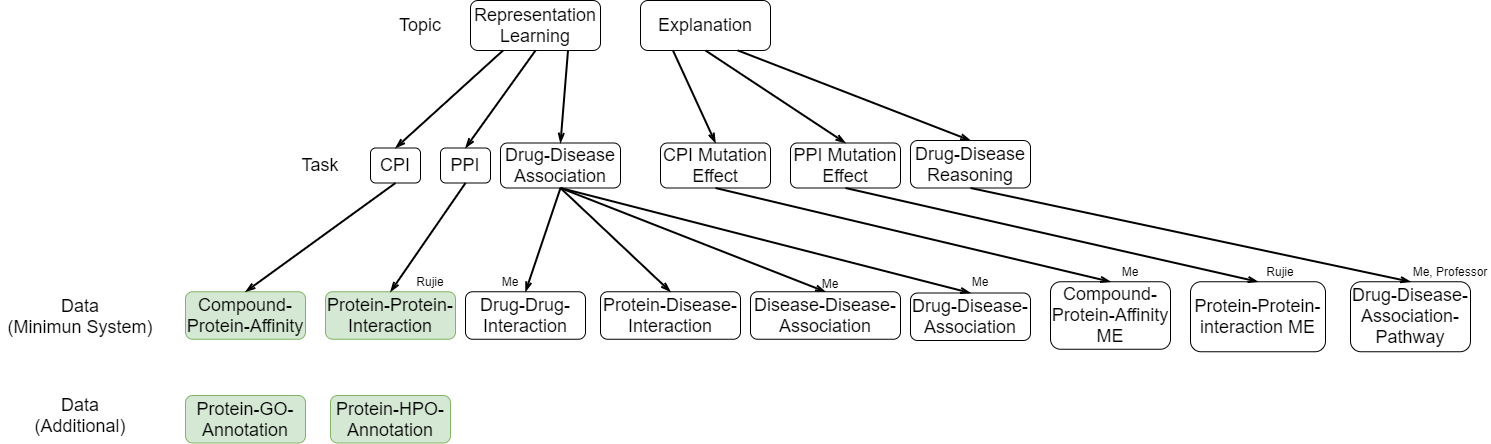
Before: blueprint.png, a diagram exported from draw.io (wuweitan/data-infrastructure). Source tidied: cells renumbered, new cells last; positions are measured from the earlier drawing's top-left corner, leaving out a move shared by most shapes.
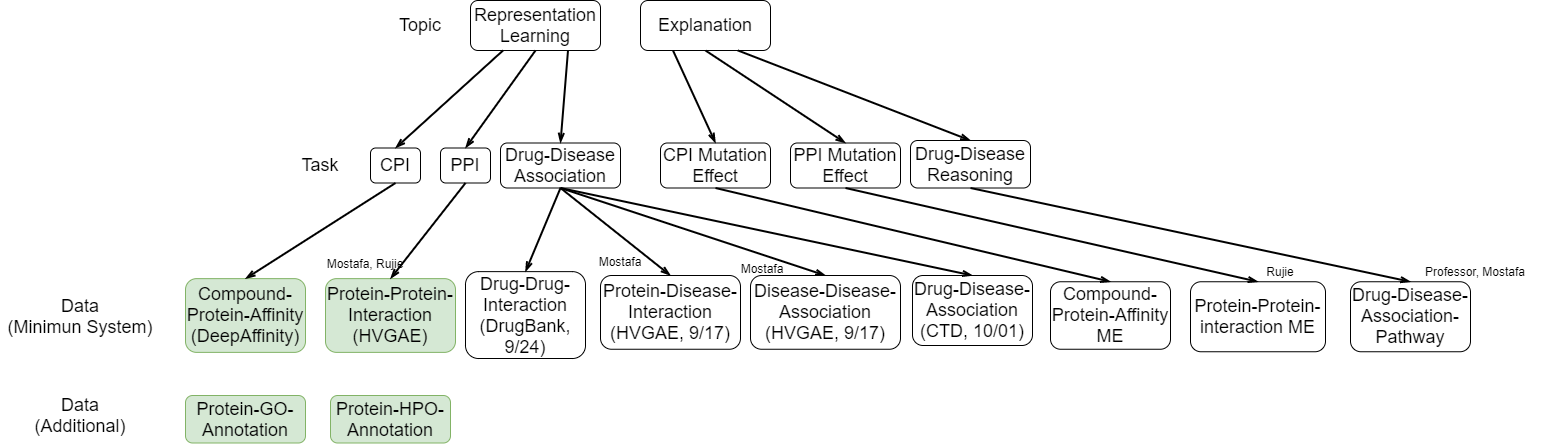
After the change.

Change to the diagram source:
```diff
@@ -53,17 +53,17 @@
     <mxCell id="18" value="&lt;font style=&quot;font-size: 18px&quot;&gt;Data&lt;br&gt;(Minimun System)&lt;br&gt;&lt;/font&gt;" style="text;html=1;strokeColor=none;fillColor=none;align=center;verticalAlign=middle;whiteSpace=wrap;rounded=0;" parent="1" vertex="1">
       <mxGeometry y="296.2" width="160" height="40" as="geometry" />
     </mxCell>
-    <mxCell id="19" value="&lt;font style=&quot;font-size: 18px&quot;&gt;Compound-Protein-Affinity&lt;/font&gt;" style="rounded=1;whiteSpace=wrap;html=1;fillColor=#d5e8d4;strokeColor=#82b366;" parent="1" vertex="1">
-      <mxGeometry x="185" y="291.2" width="120" height="47.5" as="geometry" />
+    <mxCell id="19" value="&lt;font style=&quot;font-size: 18px&quot;&gt;Compound-Protein-Affinity&lt;br&gt;(DeepAffinity)&lt;br&gt;&lt;/font&gt;" style="rounded=1;whiteSpace=wrap;html=1;fillColor=#d5e8d4;strokeColor=#82b366;" parent="1" vertex="1">
+      <mxGeometry x="185" y="278.1" width="120" height="73.8" as="geometry" />
     </mxCell>
-    <mxCell id="20" value="&lt;font style=&quot;font-size: 18px&quot;&gt;Protein-Protein-Interaction&lt;/font&gt;" style="rounded=1;whiteSpace=wrap;html=1;fillColor=#d5e8d4;strokeColor=#82b366;" parent="1" vertex="1">
-      <mxGeometry x="325" y="291.2" width="130" height="47.5" as="geometry" />
+    <mxCell id="20" value="&lt;font style=&quot;font-size: 18px&quot;&gt;Protein-Protein-Interaction&lt;br&gt;(HVGAE)&lt;br&gt;&lt;/font&gt;" style="rounded=1;whiteSpace=wrap;html=1;fillColor=#d5e8d4;strokeColor=#82b366;" parent="1" vertex="1">
+      <mxGeometry x="325" y="278.1" width="130" height="73.8" as="geometry" />
     </mxCell>
-    <mxCell id="21" value="&lt;font style=&quot;font-size: 18px&quot;&gt;Drug-Drug-Interaction&lt;/font&gt;" style="rounded=1;whiteSpace=wrap;html=1;" parent="1" vertex="1">
-      <mxGeometry x="465" y="291.2" width="120" height="47.5" as="geometry" />
+    <mxCell id="21" value="&lt;font style=&quot;font-size: 18px&quot;&gt;Drug-Drug-Interaction&lt;br&gt;(DrugBank, 9/24)&lt;br&gt;&lt;/font&gt;" style="rounded=1;whiteSpace=wrap;html=1;" parent="1" vertex="1">
+      <mxGeometry x="465" y="271.1" width="120" height="86.9" as="geometry" />
     </mxCell>
-    <mxCell id="22" value="&lt;font style=&quot;font-size: 18px&quot;&gt;Drug-Disease-Association&lt;/font&gt;" style="rounded=1;whiteSpace=wrap;html=1;" parent="1" vertex="1">
-      <mxGeometry x="910" y="292.5" width="120" height="47.5" as="geometry" />
+    <mxCell id="22" value="&lt;font style=&quot;font-size: 18px&quot;&gt;Drug-Disease-Association&lt;br&gt;(CTD, 10/01)&lt;br&gt;&lt;/font&gt;" style="rounded=1;whiteSpace=wrap;html=1;" parent="1" vertex="1">
+      <mxGeometry x="912" y="275" width="120" height="70" as="geometry" />
     </mxCell>
     <mxCell id="23" value="&lt;font style=&quot;font-size: 18px&quot;&gt;Compound-Protein-Affinity ME&lt;/font&gt;" style="rounded=1;whiteSpace=wrap;html=1;" parent="1" vertex="1">
       <mxGeometry x="1050" y="281.2" width="120" height="67.5" as="geometry" />
@@ -101,8 +101,8 @@
     <mxCell id="34" style="endArrow=openThin;html=1;exitX=0.5;exitY=1;exitDx=0;exitDy=0;entryX=0.5;entryY=0;entryDx=0;entryDy=0;strokeWidth=2;endFill=0;" parent="1" edge="1" source="8" target="25">
       <mxGeometry relative="1" as="geometry" />
     </mxCell>
-    <mxCell id="35" value="&lt;font style=&quot;font-size: 18px&quot;&gt;Disease-Disease-Association&lt;/font&gt;" style="rounded=1;whiteSpace=wrap;html=1;" parent="1" vertex="1">
-      <mxGeometry x="750" y="291.2" width="150" height="47.5" as="geometry" />
+    <mxCell id="35" value="&lt;font style=&quot;font-size: 18px&quot;&gt;Disease-Disease-Association&lt;br&gt;(HVGAE, 9/17)&lt;br&gt;&lt;/font&gt;" style="rounded=1;whiteSpace=wrap;html=1;" parent="1" vertex="1">
+      <mxGeometry x="750" y="275" width="150" height="73.8" as="geometry" />
     </mxCell>
     <mxCell id="36" style="endArrow=openThin;html=1;exitX=0.5;exitY=1;exitDx=0;exitDy=0;entryX=0.5;entryY=0;entryDx=0;entryDy=0;strokeWidth=2;endFill=0;" parent="1" edge="1" source="9" target="35">
       <mxGeometry relative="1" as="geometry" />
@@ -110,32 +110,26 @@
     <mxCell id="37" style="endArrow=openThin;html=1;entryX=0.5;entryY=0;entryDx=0;entryDy=0;strokeWidth=2;endFill=0;exitX=0.5;exitY=1;exitDx=0;exitDy=0;" parent="1" edge="1" source="9" target="21">
       <mxGeometry relative="1" as="geometry" />
     </mxCell>
-    <mxCell id="38" value="Rujie" style="text;html=1;strokeColor=none;fillColor=none;align=center;verticalAlign=middle;whiteSpace=wrap;rounded=0;" parent="1" vertex="1">
-      <mxGeometry x="410" y="271.2" width="40" height="20" as="geometry" />
+    <mxCell id="38" value="Mostafa, Rujie" style="text;html=1;strokeColor=none;fillColor=none;align=center;verticalAlign=middle;whiteSpace=wrap;rounded=0;" parent="1" vertex="1">
+      <mxGeometry x="325" y="252.5" width="80" height="20" as="geometry" />
     </mxCell>
-    <mxCell id="39" value="Me" style="text;html=1;strokeColor=none;fillColor=none;align=center;verticalAlign=middle;whiteSpace=wrap;rounded=0;" parent="1" vertex="1">
-      <mxGeometry x="490" y="271.2" width="40" height="20" as="geometry" />
-    </mxCell>
-    <mxCell id="40" value="Me" style="text;html=1;strokeColor=none;fillColor=none;align=center;verticalAlign=middle;whiteSpace=wrap;rounded=0;" parent="1" vertex="1">
-      <mxGeometry x="960" y="271.2" width="40" height="20" as="geometry" />
-    </mxCell>
-    <mxCell id="41" value="Me" style="text;html=1;strokeColor=none;fillColor=none;align=center;verticalAlign=middle;whiteSpace=wrap;rounded=0;" parent="1" vertex="1">
-      <mxGeometry x="810" y="272.5" width="40" height="20" as="geometry" />
-    </mxCell>
-    <mxCell id="42" value="Me" style="text;html=1;strokeColor=none;fillColor=none;align=center;verticalAlign=middle;whiteSpace=wrap;rounded=0;" parent="1" vertex="1">
-      <mxGeometry x="1110" y="261.2" width="40" height="20" as="geometry" />
-    </mxCell>
     <mxCell id="43" value="Rujie" style="text;html=1;strokeColor=none;fillColor=none;align=center;verticalAlign=middle;whiteSpace=wrap;rounded=0;" parent="1" vertex="1">
       <mxGeometry x="1260" y="261.2" width="40" height="20" as="geometry" />
     </mxCell>
-    <mxCell id="44" value="Me, Professor" style="text;html=1;strokeColor=none;fillColor=none;align=center;verticalAlign=middle;whiteSpace=wrap;rounded=0;" parent="1" vertex="1">
-      <mxGeometry x="1410" y="261.2" width="80" height="20" as="geometry" />
+    <mxCell id="44" value="Professor, Mostafa" style="text;html=1;strokeColor=none;fillColor=none;align=center;verticalAlign=middle;whiteSpace=wrap;rounded=0;" parent="1" vertex="1">
+      <mxGeometry x="1410" y="261.2" width="130" height="20" as="geometry" />
     </mxCell>
-    <mxCell id="45" value="&lt;font style=&quot;font-size: 18px&quot;&gt;Protein-Disease-Interaction&lt;/font&gt;" style="rounded=1;whiteSpace=wrap;html=1;" parent="1" vertex="1">
-      <mxGeometry x="600" y="291.2" width="140" height="47.5" as="geometry" />
+    <mxCell id="45" value="&lt;font style=&quot;font-size: 18px&quot;&gt;Protein-Disease-Interaction&lt;br&gt;(HVGAE, 9/17)&lt;br&gt;&lt;/font&gt;" style="rounded=1;whiteSpace=wrap;html=1;" parent="1" vertex="1">
+      <mxGeometry x="600" y="275" width="140" height="73.8" as="geometry" />
     </mxCell>
     <mxCell id="46" style="endArrow=openThin;html=1;exitX=0.5;exitY=1;exitDx=0;exitDy=0;entryX=0.5;entryY=0;entryDx=0;entryDy=0;strokeWidth=2;endFill=0;" parent="1" edge="1" source="9" target="45">
       <mxGeometry relative="1" as="geometry" />
     </mxCell>
+    <mxCell id="47" value="Mostafa" style="text;html=1;strokeColor=none;fillColor=none;align=center;verticalAlign=middle;whiteSpace=wrap;rounded=0;" parent="1" vertex="1">
+      <mxGeometry x="580" y="251.2" width="80" height="20" as="geometry" />
+    </mxCell>
+    <mxCell id="48" value="Mostafa" style="text;html=1;strokeColor=none;fillColor=none;align=center;verticalAlign=middle;whiteSpace=wrap;rounded=0;" parent="1" vertex="1">
+      <mxGeometry x="722" y="258.2" width="80" height="20" as="geometry" />
+    </mxCell>
   </root>
 </mxGraphModel>
```
